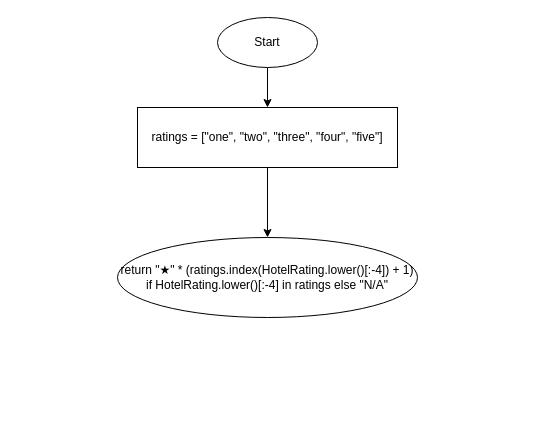
Earlier version of the draw.io diagram page "rating(HotelRating)" (1 of 5) of flowcharts/hotel.drawio (zyyappp/travel-reservation-system). Source tidied: cells renumbered, new cells numbered last; positions are measured from the earlier drawing's top-left corner, leaving out a move shared by most shapes. Both pictures are drawn from the tidied source at 100%, with x=0, y=0 at pixel (117, 17).
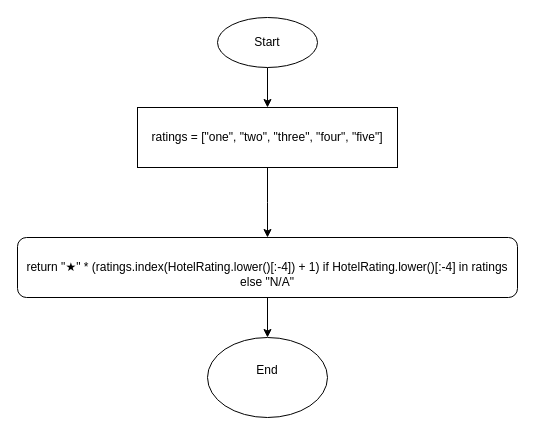
Above is the later version.

Change to the diagram source:
```diff
@@
 <mxGraphModel>
   <root>
     <mxCell id="0" />
     <mxCell id="1" parent="0" />
     <mxCell id="2" style="edgeStyle=orthogonalEdgeStyle;rounded=0;jettySize=auto;html=1;entryX=0.5;entryY=0;entryDx=0;entryDy=0;" parent="1" edge="1" source="3" target="5">
       <mxGeometry relative="1" as="geometry" />
     </mxCell>
     <mxCell id="3" value="Start" style="ellipse;whiteSpace=wrap;html=1;shapeInside=1;" parent="1" vertex="1">
       <mxGeometry x="100" width="100" height="50" as="geometry" />
     </mxCell>
-    <mxCell id="4" style="edgeStyle=orthogonalEdgeStyle;rounded=0;jettySize=auto;html=1;entryX=0.5;entryY=0;entryDx=0;entryDy=0;" parent="1" edge="1" source="5" target="6">
-      <mxGeometry relative="1" as="geometry" />
+    <mxCell id="4" style="edgeStyle=orthogonalEdgeStyle;rounded=0;jettySize=auto;html=1;entryX=0.5;entryY=0;entryDx=0;entryDy=0;" parent="1" edge="1" source="5">
+      <mxGeometry relative="1" as="geometry">
+        <mxPoint x="150" y="220" as="targetPoint" />
+      </mxGeometry>
     </mxCell>
     <mxCell id="5" value="ratings = [&quot;one&quot;, &quot;two&quot;, &quot;three&quot;, &quot;four&quot;, &quot;five&quot;]" style="rounded=0;whiteSpace=wrap;html=1;" parent="1" vertex="1">
       <mxGeometry x="20" y="90" width="260" height="60" as="geometry" />
     </mxCell>
+    <mxCell id="7" style="edgeStyle=orthogonalEdgeStyle;rounded=0;jettySize=auto;html=1;" parent="1" edge="1" source="6" target="8">
+      <mxGeometry relative="1" as="geometry" />
+    </mxCell>
-    <mxCell id="6" value="return &quot;★&quot; * (ratings.index(HotelRating.lower()[:-4]) + 1) if HotelRating.lower()[:-4] in ratings else &quot;N/A&quot;" style="ellipse;whiteSpace=wrap;html=1;shapeInside=1;" parent="1" vertex="1">
-      <mxGeometry y="220" width="300" height="80" as="geometry" />
+    <mxCell id="6" value="&lt;div&gt;&lt;br&gt;&lt;/div&gt;&lt;div&gt;return &quot;★&quot; * (ratings.index(HotelRating.lower()[:-4]) + 1) if HotelRating.lower()[:-4] in ratings else &quot;N/A&quot;&lt;/div&gt;" style="rounded=1;whiteSpace=wrap;html=1;" parent="1" vertex="1">
+      <mxGeometry x="-100" y="220" width="500" height="60" as="geometry" />
     </mxCell>
+    <mxCell id="8" value="End&lt;br&gt;&lt;div&gt;&lt;br/&gt;&lt;/div&gt;" style="ellipse;whiteSpace=wrap;html=1;shapeInside=1;" parent="1" vertex="1">
+      <mxGeometry x="90" y="320" width="120" height="80" as="geometry" />
+    </mxCell>
   </root>
 </mxGraphModel>
```
